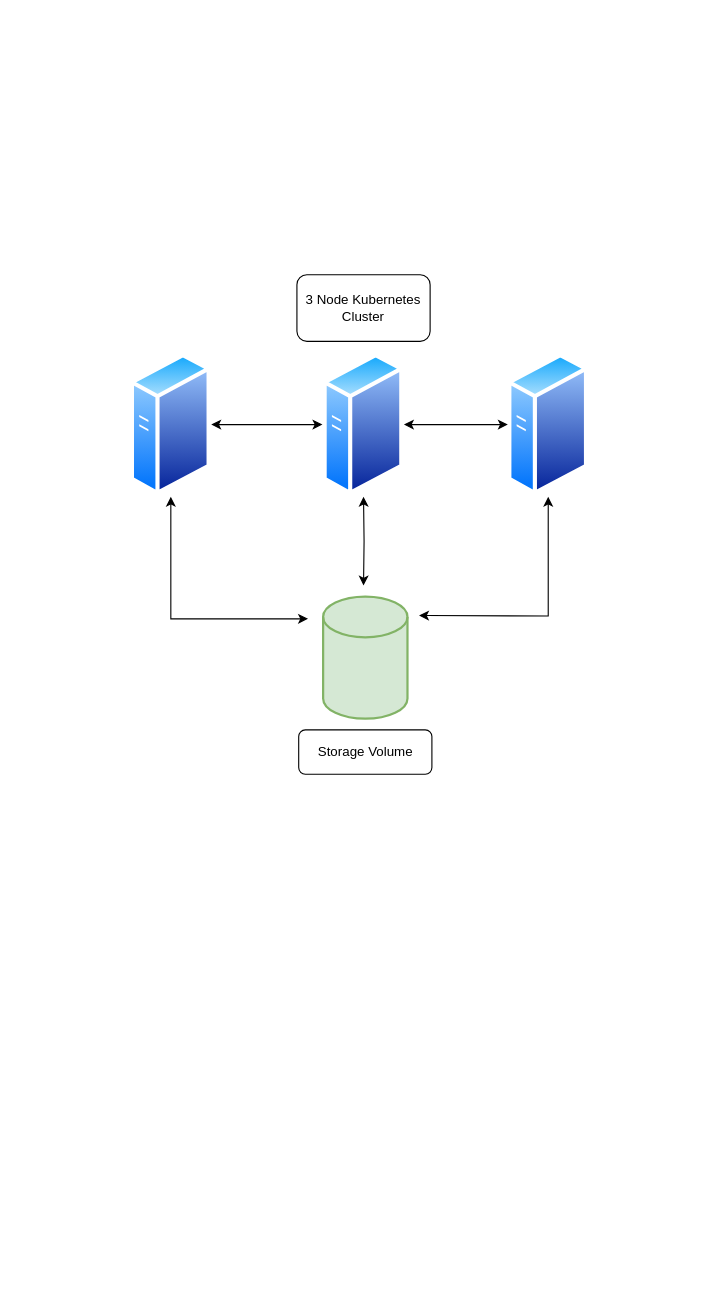
Before: 3 Node Kubernetes CLuster.drawio in ShubhamTatvamasi/magma-draw-io, a draw.io diagram. Source tidied: cells renumbered, new cells numbered last; positions are measured from the earlier drawing's top-left corner, leaving out a move shared by most shapes. Both pictures are drawn from the tidied source at 111%, with x=0, y=0 at pixel (130, 274).
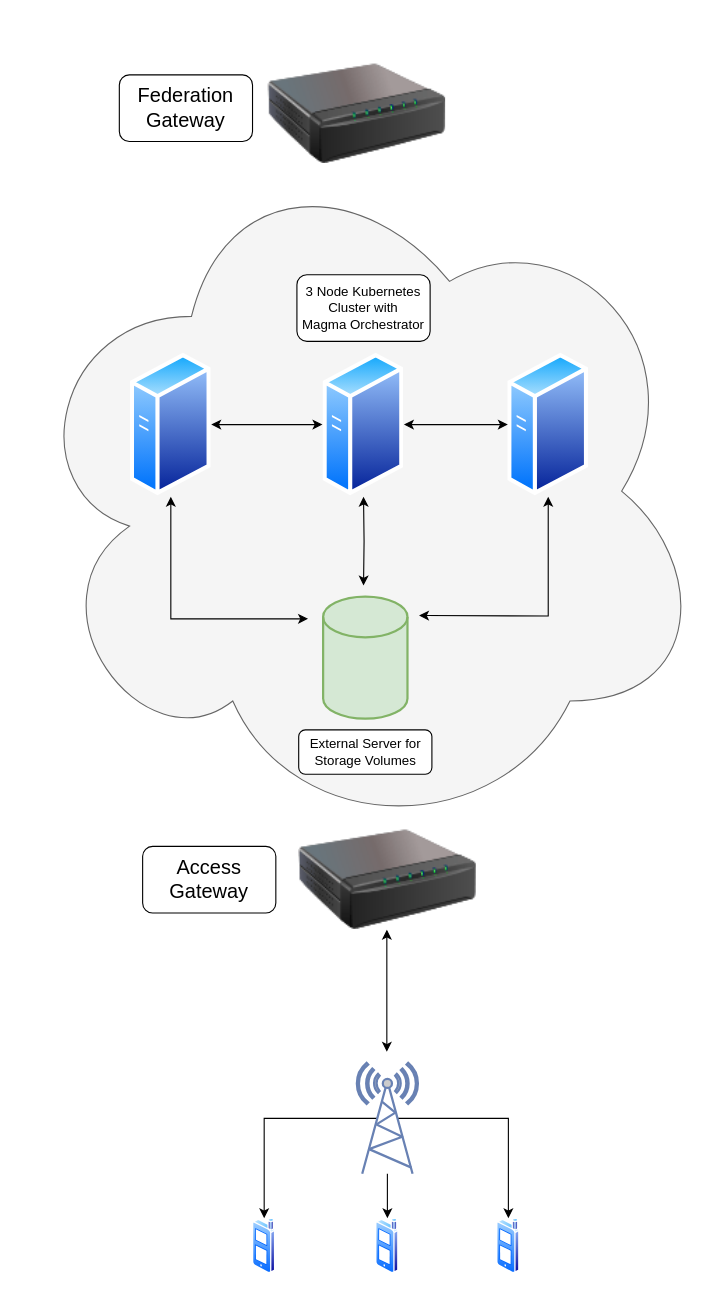
The same page after the edit.

Commit message:
Update 3 Node Kubernetes Cluster.drawio

The edit, as a diff of the source:
```diff
@@
+    <mxCell id="13" style="ellipse;shape=cloud;whiteSpace=wrap;html=1;fillColor=#f5f5f5;strokeColor=#666666;fontColor=#333333;" parent="1" vertex="1">
+      <mxGeometry x="-100" y="-120" width="620" height="630" as="geometry" />
+    </mxCell>
+    <mxCell id="3" style="perimeter=ellipsePerimeter;html=1;align=center;shadow=0;dashed=0;spacingTop=3;image;image=img/lib/active_directory/generic_server.svg;" parent="1" vertex="1">
+      <mxGeometry x="173.6" y="70" width="72.8" height="130" as="geometry" />
+    </mxCell>
@@
-    <mxCell id="3" style="perimeter=ellipsePerimeter;html=1;align=center;shadow=0;dashed=0;spacingTop=3;image;image=img/lib/active_directory/generic_server.svg;" parent="1" vertex="1">
-      <mxGeometry x="173.6" y="70" width="72.8" height="130" as="geometry" />
-    </mxCell>
@@
-    <mxCell id="5" value="3 Node Kubernetes Cluster" style="rounded=1;whiteSpace=wrap;html=1;" parent="1" vertex="1">
+    <mxCell id="5" value="3 Node Kubernetes Cluster with Magma&amp;nbsp;Orchestrator" style="rounded=1;whiteSpace=wrap;html=1;" parent="1" vertex="1">
       <mxGeometry x="150" width="120" height="60" as="geometry" />
     </mxCell>
@@
-    <mxCell id="9" value="Storage Volume" style="rounded=1;whiteSpace=wrap;html=1;" parent="1" vertex="1">
+    <mxCell id="9" value="External Server for Storage Volumes" style="rounded=1;whiteSpace=wrap;html=1;" parent="1" vertex="1">
       <mxGeometry x="151.6" y="410" width="120" height="40" as="geometry" />
     </mxCell>
@@
+    <mxCell id="14" style="image;html=1;image=img/lib/clip_art/networking/Print_Server_128x128.png;" parent="1" vertex="1">
+      <mxGeometry x="151.6" y="460" width="160" height="170" as="geometry" />
+    </mxCell>
+    <mxCell id="15" style="edgeStyle=orthogonalEdgeStyle;rounded=0;jettySize=auto;html=1;exitX=0.33;exitY=0.5;exitDx=0;exitDy=0;exitPerimeter=0;entryX=0.5;entryY=0;entryDx=0;entryDy=0;" parent="1" edge="1" source="18" target="20">
+      <mxGeometry relative="1" as="geometry" />
+    </mxCell>
+    <mxCell id="16" style="edgeStyle=orthogonalEdgeStyle;rounded=0;jettySize=auto;html=1;exitX=0.67;exitY=0.5;exitDx=0;exitDy=0;exitPerimeter=0;" parent="1" edge="1" source="18" target="21">
+      <mxGeometry relative="1" as="geometry" />
+    </mxCell>
+    <mxCell id="17" style="edgeStyle=orthogonalEdgeStyle;rounded=0;jettySize=auto;html=1;exitX=0.5;exitY=1;exitDx=0;exitDy=0;exitPerimeter=0;" parent="1" edge="1" source="18" target="22">
+      <mxGeometry relative="1" as="geometry" />
+    </mxCell>
+    <mxCell id="18" style="fontColor=#0066CC;verticalAlign=top;verticalLabelPosition=bottom;labelPosition=center;align=center;html=1;outlineConnect=0;fillColor=#CCCCCC;strokeColor=#6881B3;gradientColor=none;gradientDirection=north;strokeWidth=2;shape=mxgraph.networks.radio_tower;" parent="1" vertex="1">
+      <mxGeometry x="204" y="710" width="55" height="100" as="geometry" />
+    </mxCell>
+    <mxCell id="19" style="endArrow=classic;startArrow=classic;html=1;rounded=0;edgeStyle=orthogonalEdgeStyle;" parent="1" edge="1">
+      <mxGeometry relative="1" as="geometry">
+        <mxPoint x="231" y="700" as="sourcePoint" />
+        <mxPoint x="231" y="590" as="targetPoint" />
+        <Array as="points">
+          <mxPoint x="231" y="610" />
+          <mxPoint x="231" y="610" />
+        </Array>
+      </mxGeometry>
+    </mxCell>
+    <mxCell id="20" style="perimeter=ellipsePerimeter;html=1;align=center;shadow=0;dashed=0;spacingTop=3;image;image=img/lib/active_directory/cell_phone.svg;" parent="1" vertex="1">
+      <mxGeometry x="110" y="850" width="21" height="50" as="geometry" />
+    </mxCell>
+    <mxCell id="21" style="perimeter=ellipsePerimeter;html=1;align=center;shadow=0;dashed=0;spacingTop=3;image;image=img/lib/active_directory/cell_phone.svg;" parent="1" vertex="1">
+      <mxGeometry x="330" y="850" width="21" height="50" as="geometry" />
+    </mxCell>
+    <mxCell id="22" style="perimeter=ellipsePerimeter;html=1;align=center;shadow=0;dashed=0;spacingTop=3;image;image=img/lib/active_directory/cell_phone.svg;" parent="1" vertex="1">
+      <mxGeometry x="221" y="850" width="21" height="50" as="geometry" />
+    </mxCell>
+    <mxCell id="23" value="&lt;font style=&quot;font-size: 18px&quot;&gt;Access Gateway&lt;/font&gt;" style="rounded=1;whiteSpace=wrap;html=1;" parent="1" vertex="1">
+      <mxGeometry x="11" y="515" width="120" height="60" as="geometry" />
+    </mxCell>
+    <mxCell id="24" style="image;html=1;image=img/lib/clip_art/networking/Print_Server_128x128.png;" parent="1" vertex="1">
+      <mxGeometry x="124" y="-230" width="160" height="170" as="geometry" />
+    </mxCell>
+    <mxCell id="25" value="&lt;font style=&quot;font-size: 18px&quot;&gt;Federation Gateway&lt;/font&gt;" style="rounded=1;whiteSpace=wrap;html=1;" parent="1" vertex="1">
+      <mxGeometry x="-10" y="-180" width="120" height="60" as="geometry" />
+    </mxCell>
```
